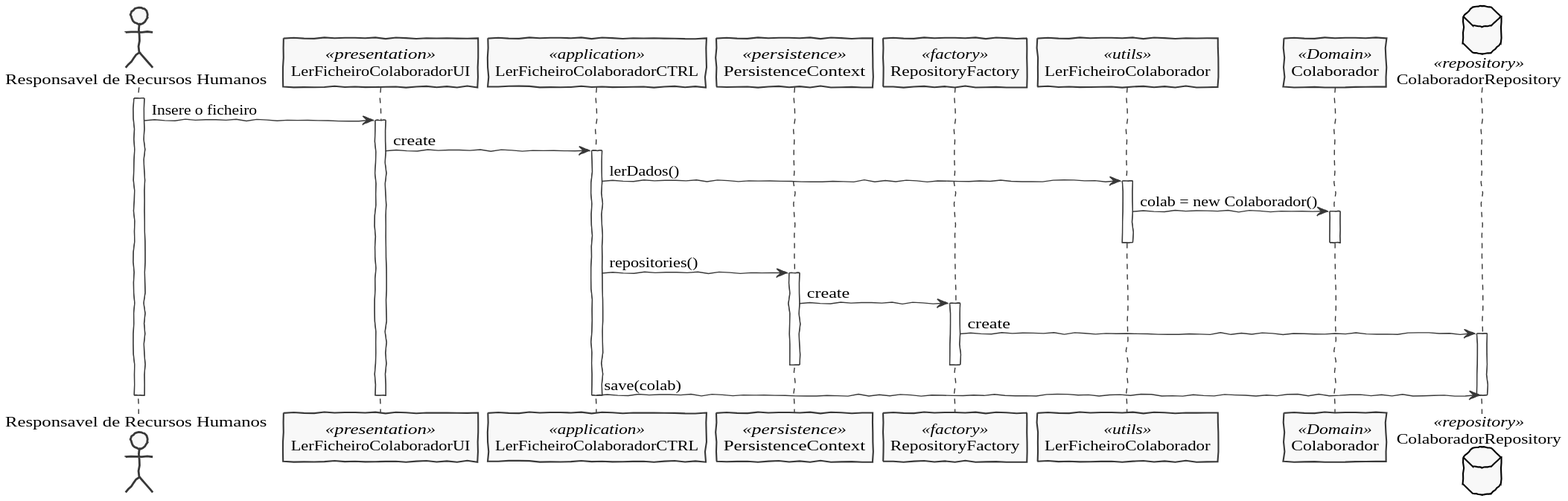
The PlantUML diagram docs/US2051/SD_Ficheiro.svg in pedrolemos4/LAPR4, before a commit. The source it was exported from:
```plantuml
@startuml
skinparam handwritten true
skinparam monochrome true
skinparam packageStyle rect
skinparam defaultFontName FG Virgil
skinparam shadowing false

Actor "Responsavel de Recursos Humanos" as Actor
participant LerFicheiroColaboradorUI as UI <<presentation>>
participant LerFicheiroColaboradorCTRL as Controller <<application>>
participant PersistenceContext as Persistence <<persistence>>
participant RepositoryFactory as Factory <<factory>>
participant LerFicheiroColaborador as LerFicheiroColaborador <<utils>>
participant Colaborador as Colaborador <<Domain>>
database ColaboradorRepository as CRepository <<repository>>


activate Actor
      Actor -> UI: Insere o ficheiro
    activate UI
      UI -> Controller: create
    activate Controller
      Controller -> LerFicheiroColaborador: lerDados()
    activate LerFicheiroColaborador
      LerFicheiroColaborador -> Colaborador: colab = new Colaborador()
    activate Colaborador
    deactivate Colaborador
    deactivate LerFicheiroColaborador
    Controller -> Persistence: repositories()
    activate Persistence
      Persistence -> Factory: create
    activate Factory
      Factory -> CRepository: create
    activate CRepository
    deactivate Factory
    deactivate Persistence
      Controller -> CRepository: save(colab)
    deactivate CRepository
    deactivate Controller
    deactivate UI

deactivate Actor
@enduml
```
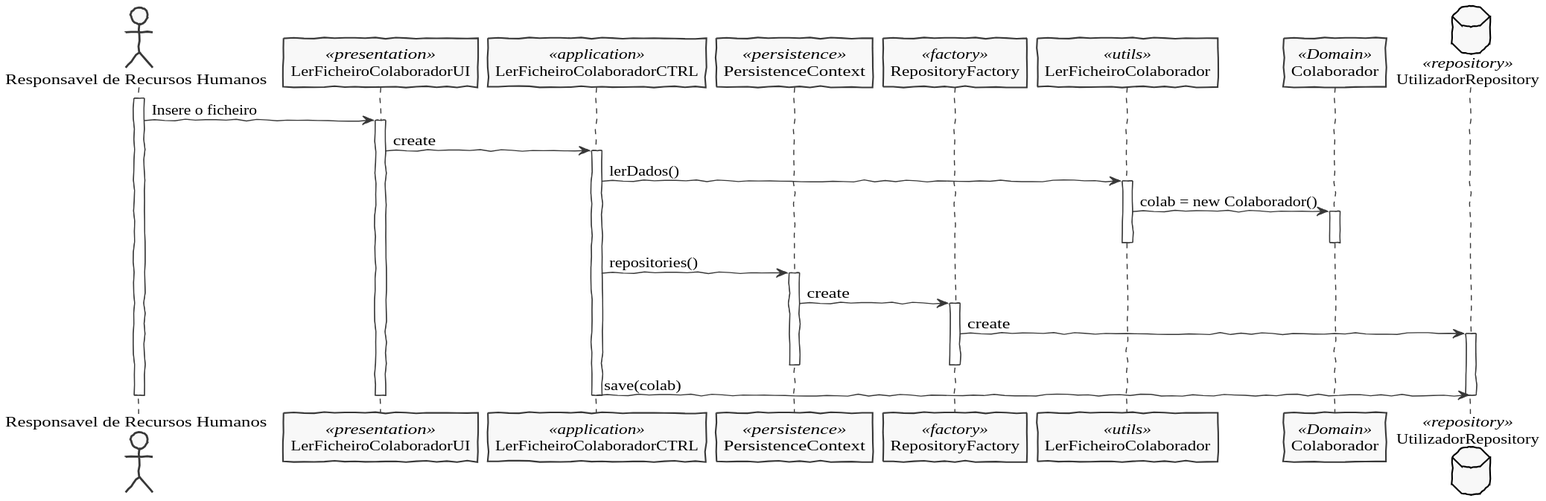
After the commit.

What changed in the source:
```diff
@@ -12,7 +12,7 @@
 participant RepositoryFactory as Factory <<factory>>
 participant LerFicheiroColaborador as LerFicheiroColaborador <<utils>>
 participant Colaborador as Colaborador <<Domain>>
-database ColaboradorRepository as CRepository <<repository>>
+database UtilizadorRepository as CRepository <<repository>>
 
 
 activate Actor
```
